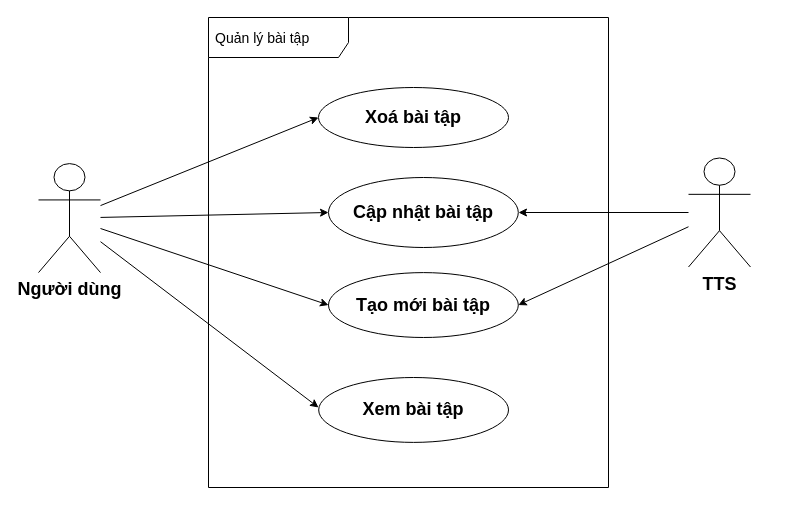
Earlier version of the draw.io diagram page "Page-4" (4 of 11) of src/Untitled Diagram.drawio (Thuong911/vietStudy). Source tidied: cells renumbered, new cells numbered last; positions are measured from the earlier drawing's top-left corner, leaving out a move shared by most shapes. Both pictures are drawn from the tidied source at 100%, with x=0, y=0 at pixel (38, 17).
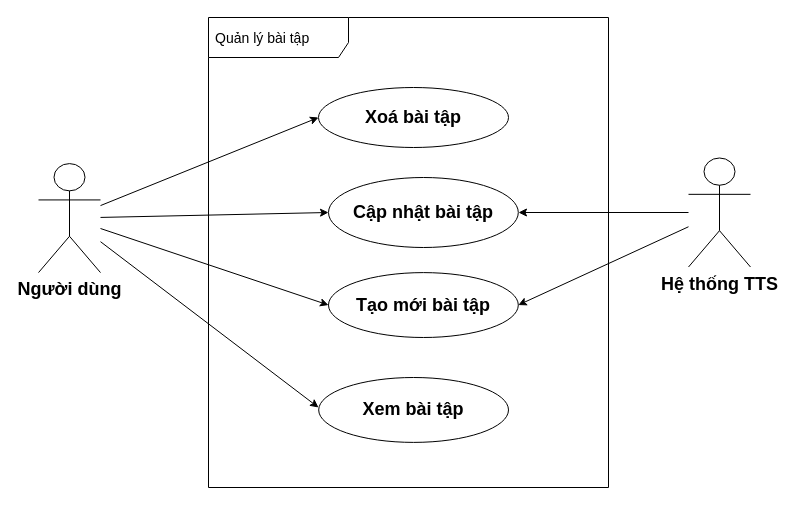
The same page after the edit.

What changed in the source:
```diff
@@
 <mxGraphModel>
   <root>
     <mxCell id="0" />
     <mxCell id="1" parent="0" />
     <mxCell id="2" value="&lt;font style=&quot;font-size: 14px ; font-weight: normal&quot;&gt;Quản lý bài tập&lt;/font&gt;" style="shape=umlFrame;whiteSpace=wrap;html=1;width=140;height=40;boundedLbl=1;verticalAlign=middle;align=left;spacingLeft=5;fontSize=18;fontStyle=1;" parent="1" vertex="1">
       <mxGeometry x="170" width="400" height="470" as="geometry" />
     </mxCell>
     <mxCell id="3" style="edgeStyle=none;rounded=0;sketch=0;jettySize=auto;html=1;entryX=0;entryY=0.5;entryDx=0;entryDy=0;shadow=0;endArrow=classic;endFill=1;fontSize=18;fontStyle=1;" parent="1" edge="1" source="4" target="5">
       <mxGeometry relative="1" as="geometry" />
     </mxCell>
     <mxCell id="4" value="Người dùng" style="shape=umlActor;verticalLabelPosition=bottom;verticalAlign=top;html=1;fontSize=18;fontStyle=1;" parent="1" vertex="1">
       <mxGeometry y="146.1" width="62" height="109" as="geometry" />
     </mxCell>
     <mxCell id="5" value="Cập nhật bài tập" style="ellipse;whiteSpace=wrap;html=1;fontSize=18;fontStyle=1;" parent="1" vertex="1">
       <mxGeometry x="290" y="160" width="189.8" height="70" as="geometry" />
     </mxCell>
     <mxCell id="6" style="edgeStyle=none;rounded=0;sketch=0;jettySize=auto;html=1;entryX=0;entryY=0.5;entryDx=0;entryDy=0;shadow=0;endArrow=classic;endFill=1;fontSize=18;fontStyle=1;" parent="1" edge="1" source="4" target="7">
       <mxGeometry relative="1" as="geometry" />
     </mxCell>
     <mxCell id="7" value="Xoá bài tập" style="ellipse;whiteSpace=wrap;html=1;fontSize=18;fontStyle=1;" parent="1" vertex="1">
       <mxGeometry x="280" y="70" width="190" height="60" as="geometry" />
     </mxCell>
     <mxCell id="8" style="edgeStyle=none;rounded=0;sketch=0;jettySize=auto;html=1;entryX=0;entryY=0.5;entryDx=0;entryDy=0;shadow=0;endArrow=classic;endFill=1;fontSize=18;fontStyle=1;" parent="1" edge="1" source="4" target="9">
       <mxGeometry relative="1" as="geometry" />
     </mxCell>
     <mxCell id="9" value="Tạo mới bài tập" style="ellipse;whiteSpace=wrap;html=1;fontSize=18;fontStyle=1;" parent="1" vertex="1">
       <mxGeometry x="290" y="255.1" width="189.8" height="64.9" as="geometry" />
     </mxCell>
-    <mxCell id="10" value="TTS" style="shape=umlActor;verticalLabelPosition=bottom;verticalAlign=top;html=1;fontSize=18;fontStyle=1;" parent="1" vertex="1">
+    <mxCell id="10" value="Hệ thống TTS" style="shape=umlActor;verticalLabelPosition=bottom;verticalAlign=top;html=1;fontSize=18;fontStyle=1;" parent="1" vertex="1">
       <mxGeometry x="650" y="140.5" width="62" height="109" as="geometry" />
     </mxCell>
     <mxCell id="11" style="endArrow=classic;html=1;fontSize=18;fontStyle=1;" parent="1" edge="1" source="10">
       <mxGeometry relative="1" as="geometry">
         <mxPoint x="480" y="195" as="targetPoint" />
       </mxGeometry>
     </mxCell>
     <mxCell id="12" value="Xem bài tập" style="ellipse;whiteSpace=wrap;html=1;fontSize=18;fontStyle=1;" parent="1" vertex="1">
       <mxGeometry x="280.2" y="360" width="189.8" height="64.9" as="geometry" />
     </mxCell>
     <mxCell id="13" style="endArrow=classic;html=1;fontSize=18;" parent="1" edge="1" source="4">
       <mxGeometry relative="1" as="geometry">
         <mxPoint x="280" y="390" as="targetPoint" />
       </mxGeometry>
     </mxCell>
     <mxCell id="14" style="endArrow=classic;html=1;fontSize=18;entryX=1;entryY=0.5;entryDx=0;entryDy=0;" parent="1" edge="1" source="10" target="9">
       <mxGeometry relative="1" as="geometry" />
     </mxCell>
   </root>
 </mxGraphModel>
```
